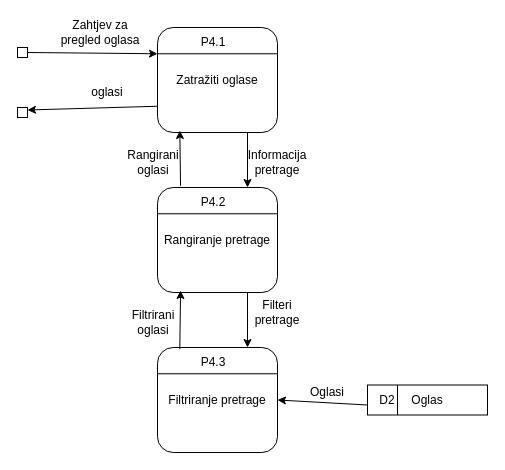
This is DZ1/SpecifikacijaZahtjeva/Model poslovnog procesa/Detaljni dijagram (dohvat traženih oglasa).drawio from petarpandza/Oglasi, a draw.io file, before an edit. Source tidied: cells renumbered, new cells numbered last; positions are measured from the earlier drawing's top-left corner, leaving out a move shared by most shapes. Both pictures are drawn from the tidied source at 100%, with x=0, y=0 at pixel (17, 17).
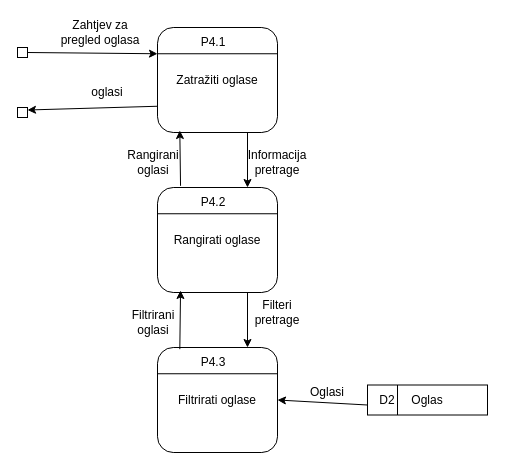
Above is the later version.

Commit message (it also covers changes not shown here):
azuriran detaljni dijagram

azuriran detaljni dijagram, tablica sadrzaja, formatirana tablica sadrzaja

What changed in the source:
```diff
@@
-    <mxCell id="14" value="Rangiranje pretrage" style="rounded=1;whiteSpace=wrap;html=1;" parent="1" vertex="1">
+    <mxCell id="14" value="Rangirati oglase" style="rounded=1;whiteSpace=wrap;html=1;" parent="1" vertex="1">
       <mxGeometry x="140" y="170" width="120" height="105" as="geometry" />
     </mxCell>
@@
-    <mxCell id="17" value="Filtriranje pretrage" style="rounded=1;whiteSpace=wrap;html=1;" parent="1" vertex="1">
+    <mxCell id="17" value="Filtrirati oglase" style="rounded=1;whiteSpace=wrap;html=1;" parent="1" vertex="1">
       <mxGeometry x="140" y="330" width="120" height="105" as="geometry" />
     </mxCell>
```
